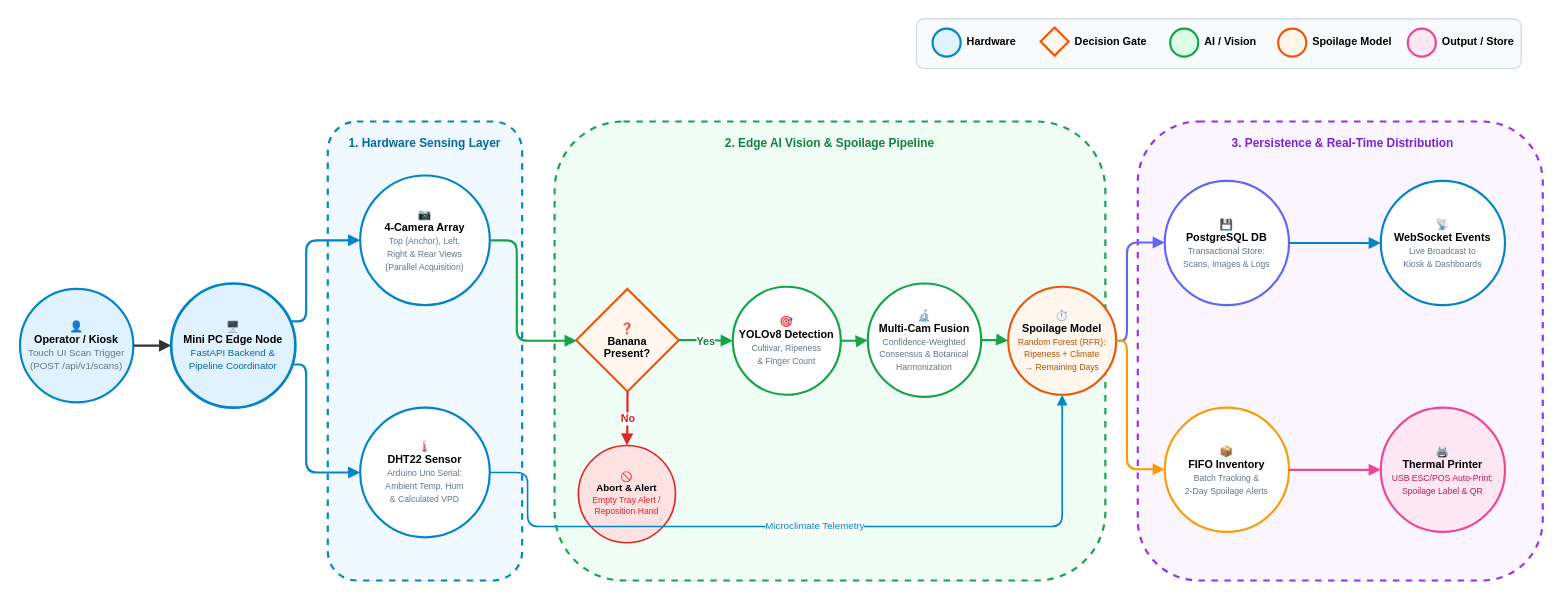
This is docs/bananavision-docs/docs/workflows/workflow_iot.drawio from BlackShark404/BananaVision, a draw.io file, before an edit. Source tidied: cells renumbered, new cells numbered last; positions are measured from the earlier drawing's top-left corner, leaving out a move shared by most shapes. Both pictures are drawn from the tidied source at 108%, with x=0, y=0 at pixel (19, 18).
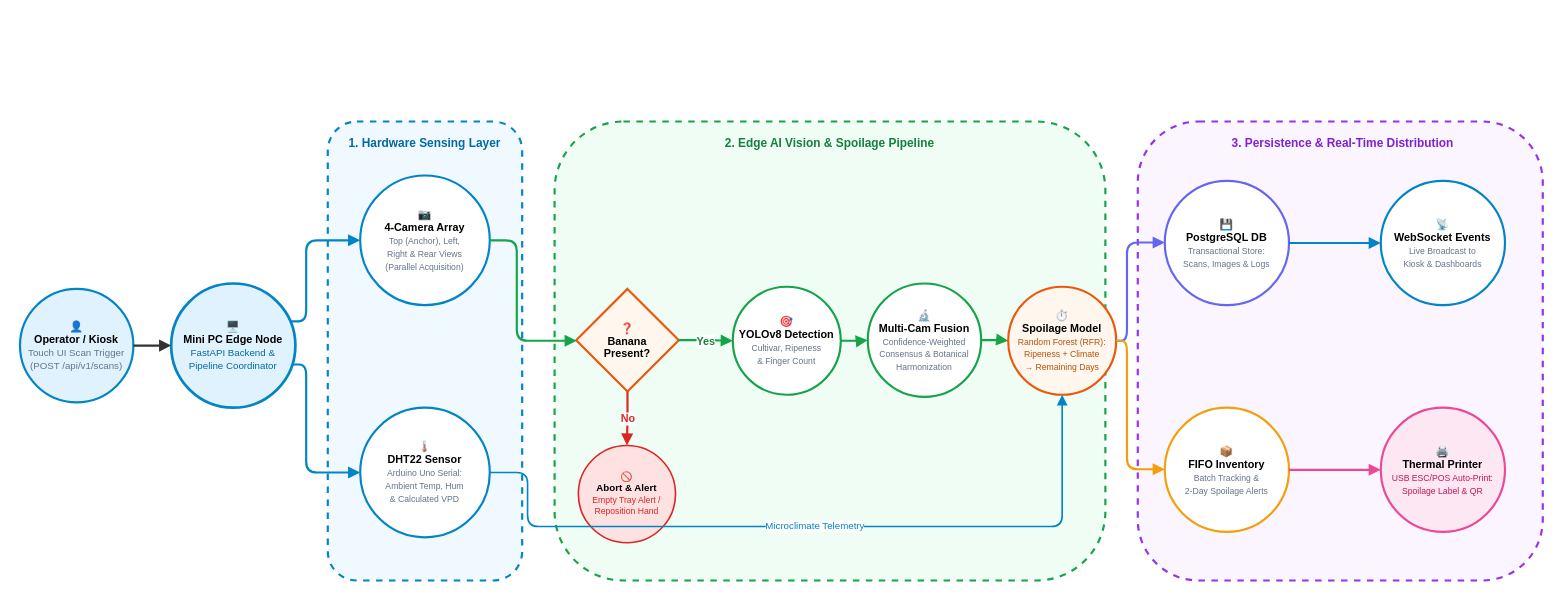
The same page after the edit.

Commit message (it also covers changes not shown here):
refactor: remove legend boxes from workflow diagram files

Change to the diagram source:
```diff
@@
-    <mxCell id="2" style="rounded=1;whiteSpace=wrap;html=1;fillColor=#f8fafc;strokeColor=#cbd5e1;strokeWidth=1;" parent="1" vertex="1">
-      <mxGeometry x="830" width="560" height="46" as="geometry" />
-    </mxCell>
-    <mxCell id="3" style="ellipse;whiteSpace=wrap;html=1;fillColor=#e0f2fe;strokeColor=#0284c7;strokeWidth=2;" parent="1" vertex="1">
-      <mxGeometry x="845" y="9" width="26" height="26" as="geometry" />
-    </mxCell>
-    <mxCell id="4" value="&lt;b&gt;Hardware&lt;/b&gt;" style="text;html=1;align=left;verticalAlign=middle;whiteSpace=wrap;rounded=0;fontSize=10;" parent="1" vertex="1">
-      <mxGeometry x="875" y="8" width="65" height="26" as="geometry" />
-    </mxCell>
-    <mxCell id="5" style="rhombus;whiteSpace=wrap;html=1;fillColor=#fff7ed;strokeColor=#ea580c;strokeWidth=2;" parent="1" vertex="1">
-      <mxGeometry x="945" y="8" width="26" height="26" as="geometry" />
-    </mxCell>
-    <mxCell id="6" value="&lt;b&gt;Decision Gate&lt;/b&gt;" style="text;html=1;align=left;verticalAlign=middle;whiteSpace=wrap;rounded=0;fontSize=10;" parent="1" vertex="1">
-      <mxGeometry x="975" y="8" width="85" height="26" as="geometry" />
-    </mxCell>
-    <mxCell id="7" style="ellipse;whiteSpace=wrap;html=1;fillColor=#dcfce7;strokeColor=#16a34a;strokeWidth=2;" parent="1" vertex="1">
-      <mxGeometry x="1065" y="9" width="26" height="26" as="geometry" />
-    </mxCell>
-    <mxCell id="8" value="&lt;b&gt;AI / Vision&lt;/b&gt;" style="text;html=1;align=left;verticalAlign=middle;whiteSpace=wrap;rounded=0;fontSize=10;" parent="1" vertex="1">
-      <mxGeometry x="1095" y="8" width="65" height="26" as="geometry" />
-    </mxCell>
-    <mxCell id="9" style="ellipse;whiteSpace=wrap;html=1;fillColor=#fff7ed;strokeColor=#ea580c;strokeWidth=2;" parent="1" vertex="1">
-      <mxGeometry x="1165" y="9" width="26" height="26" as="geometry" />
-    </mxCell>
-    <mxCell id="10" value="&lt;b&gt;Spoilage Model&lt;/b&gt;" style="text;html=1;align=left;verticalAlign=middle;whiteSpace=wrap;rounded=0;fontSize=10;" parent="1" vertex="1">
-      <mxGeometry x="1195" y="8" width="85" height="26" as="geometry" />
-    </mxCell>
-    <mxCell id="11" style="ellipse;whiteSpace=wrap;html=1;fillColor=#fce7f3;strokeColor=#ec4899;strokeWidth=2;" parent="1" vertex="1">
-      <mxGeometry x="1285" y="9" width="26" height="26" as="geometry" />
-    </mxCell>
-    <mxCell id="12" value="&lt;b&gt;Output / Store&lt;/b&gt;" style="text;html=1;align=left;verticalAlign=middle;whiteSpace=wrap;rounded=0;fontSize=10;" parent="1" vertex="1">
-      <mxGeometry x="1315" y="8" width="70" height="26" as="geometry" />
-    </mxCell>
```
